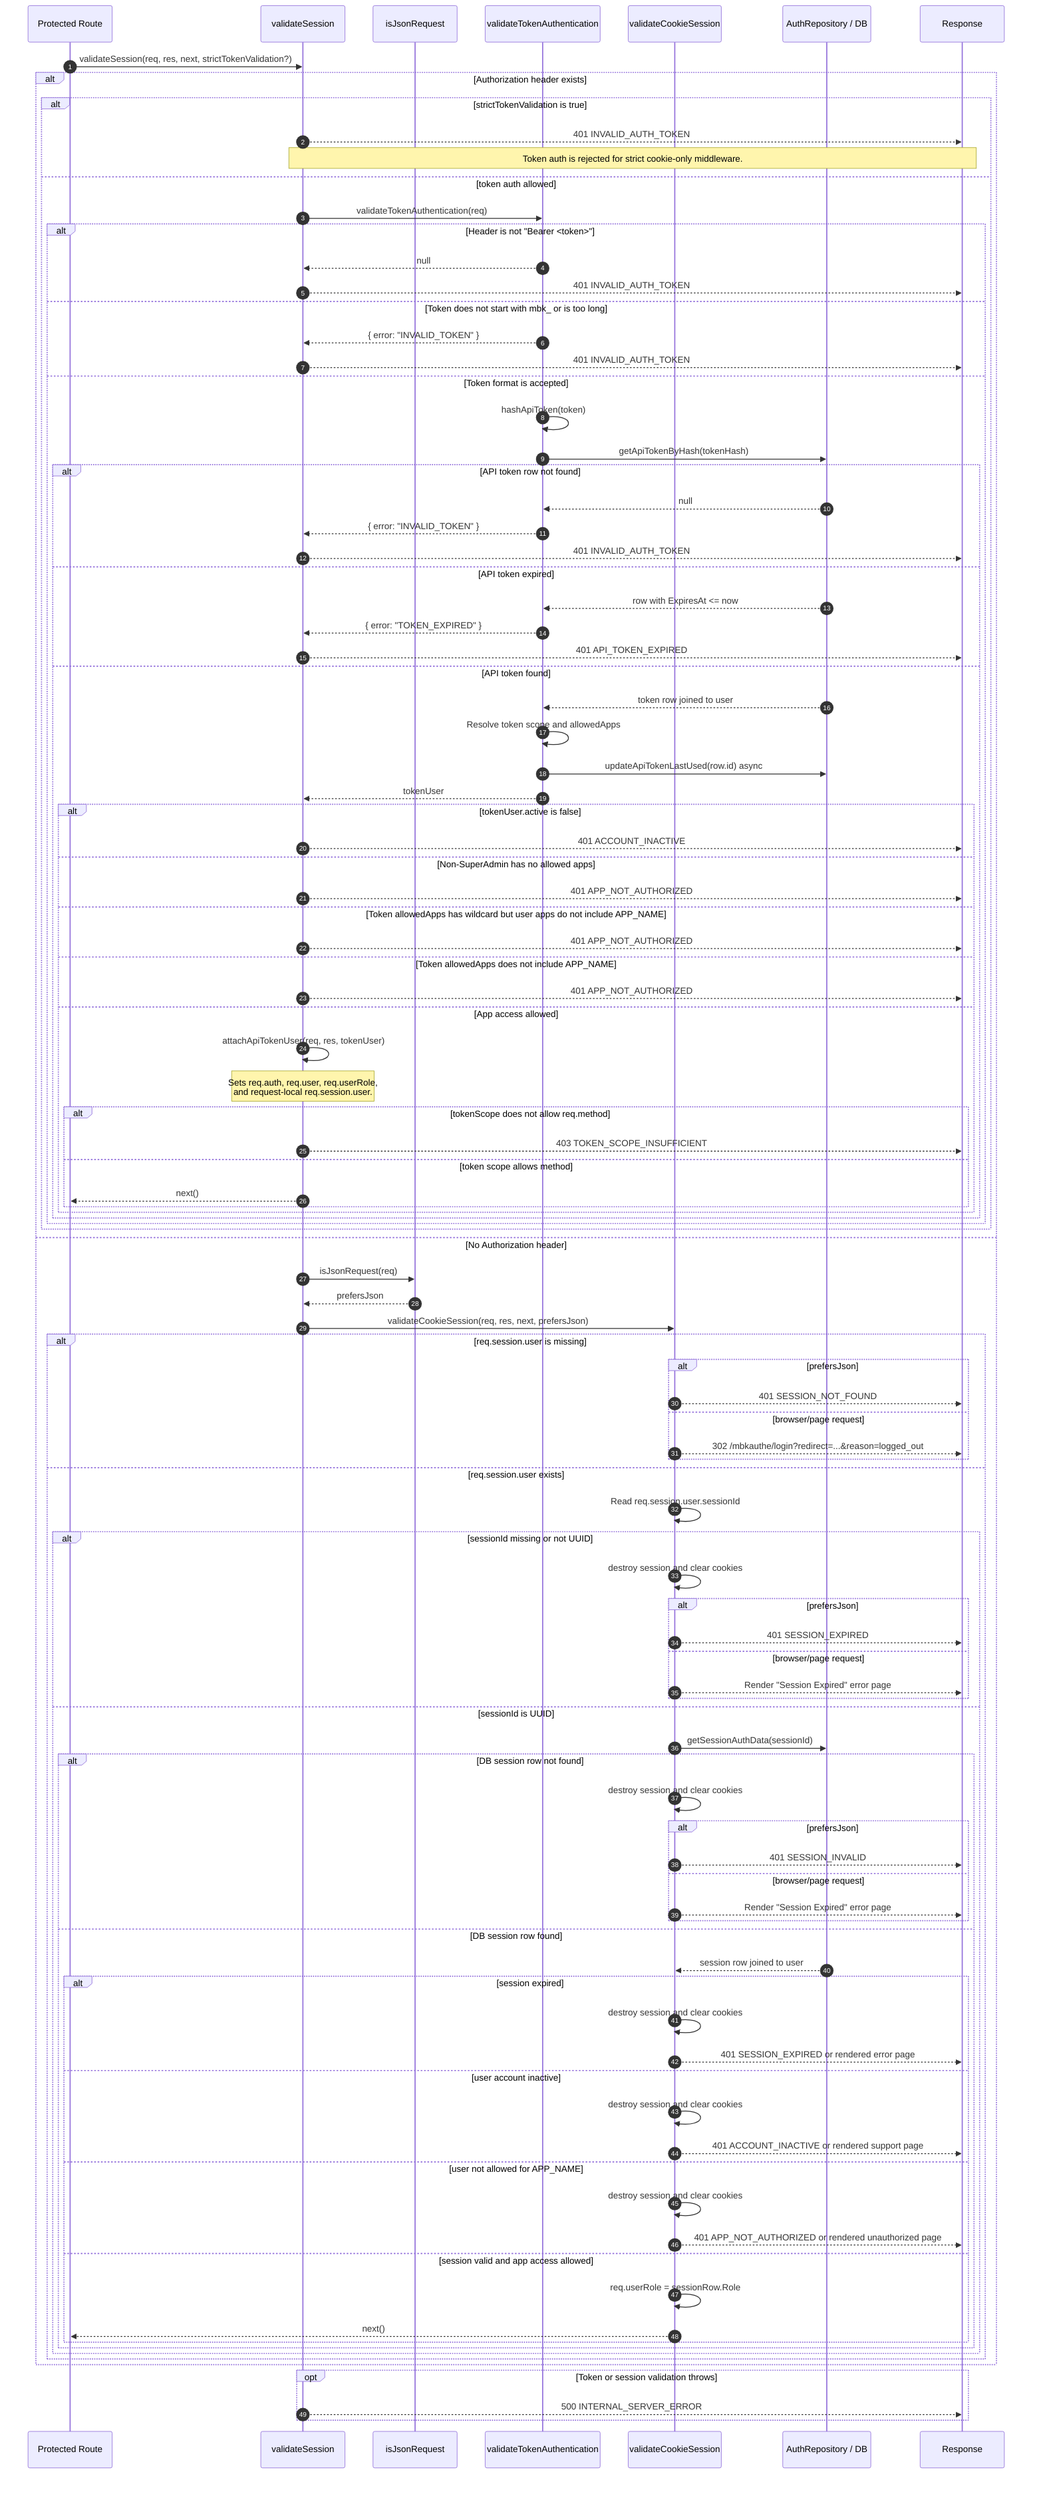
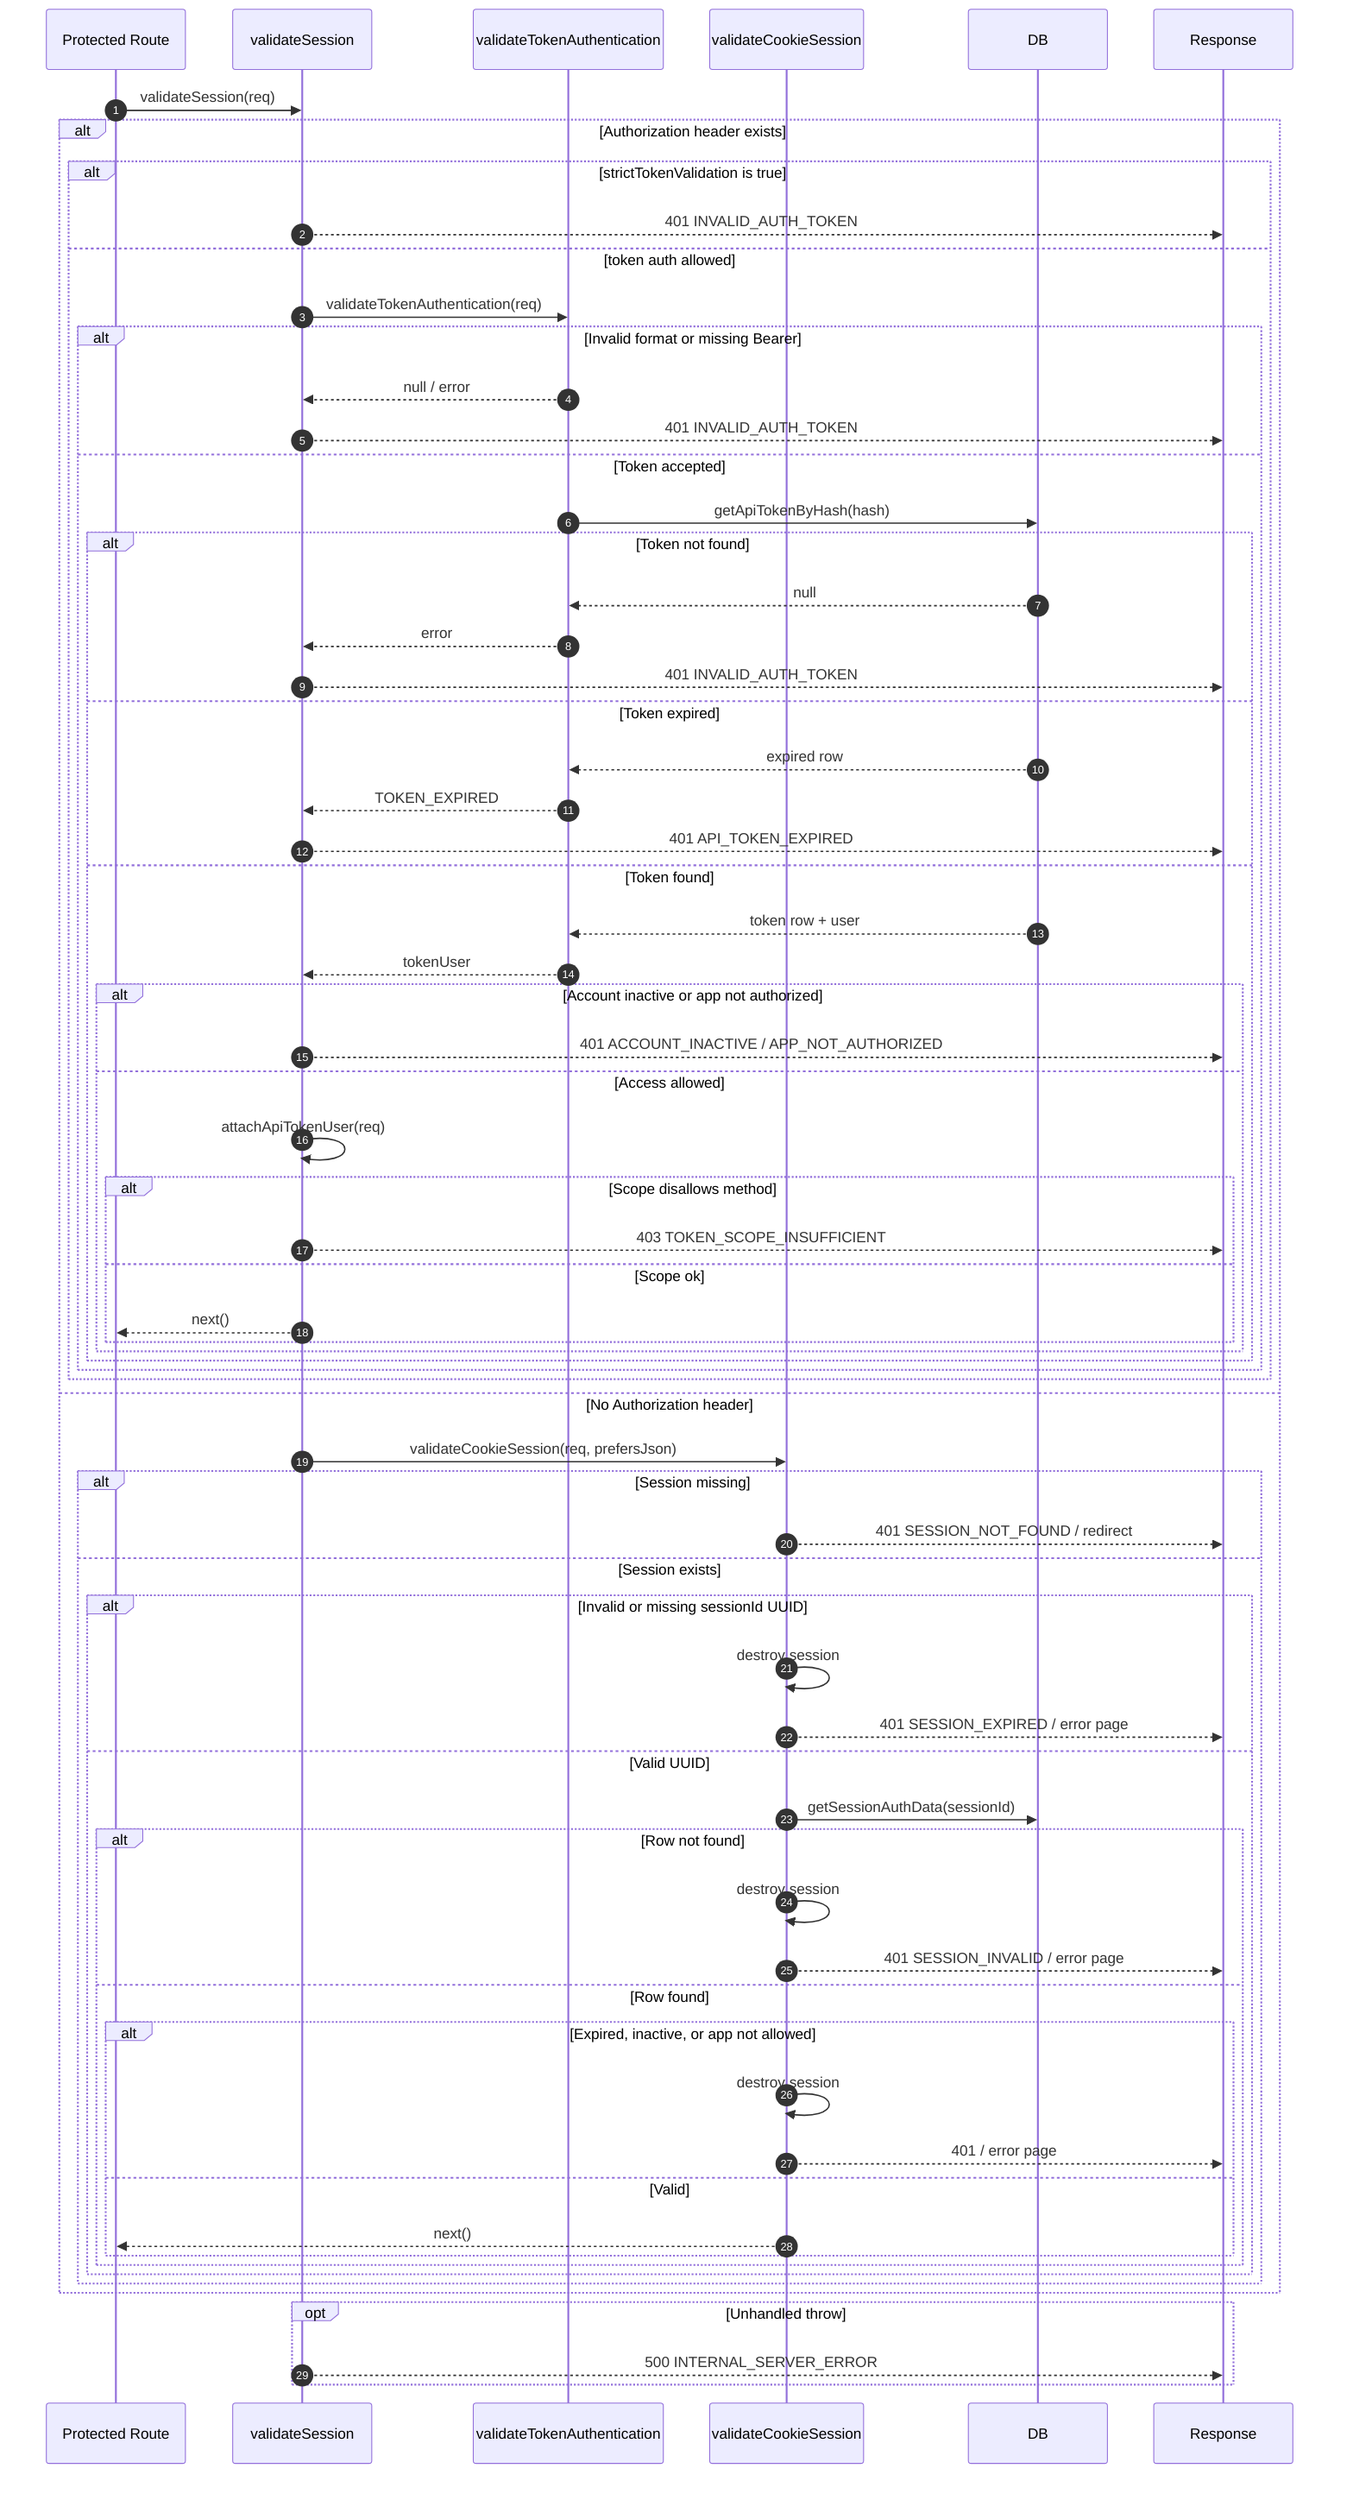
sequenceDiagram
    autonumber

    participant R as Protected Route
    participant VS as validateSession
-     participant JT as isJsonRequest
    participant VT as validateTokenAuthentication
    participant CS as validateCookieSession
-     participant DB as AuthRepository / DB
+     participant DB as DB
    participant RES as Response

-     R->>VS: validateSession(req, res, next, strictTokenValidation?)
+     R->>VS: validateSession(req)

    alt Authorization header exists
        alt strictTokenValidation is true
            VS-->>RES: 401 INVALID_AUTH_TOKEN
-             Note over VS,RES: Token auth is rejected for strict cookie-only middleware.
        else token auth allowed
            VS->>VT: validateTokenAuthentication(req)

-             alt Header is not "Bearer <token>"
-                 VT-->>VS: null
+             alt Invalid format or missing Bearer
+                 VT-->>VS: null / error
                VS-->>RES: 401 INVALID_AUTH_TOKEN
-             else Token does not start with mbk_ or is too long
-                 VT-->>VS: { error: "INVALID_TOKEN" }
-                 VS-->>RES: 401 INVALID_AUTH_TOKEN
-             else Token format is accepted
-                 VT->>VT: hashApiToken(token)
-                 VT->>DB: getApiTokenByHash(tokenHash)
+             else Token accepted
+                 VT->>DB: getApiTokenByHash(hash)

-                 alt API token row not found
+                 alt Token not found
                    DB-->>VT: null
-                     VT-->>VS: { error: "INVALID_TOKEN" }
+                     VT-->>VS: error
                    VS-->>RES: 401 INVALID_AUTH_TOKEN
-                 else API token expired
-                     DB-->>VT: row with ExpiresAt <= now
-                     VT-->>VS: { error: "TOKEN_EXPIRED" }
+                 else Token expired
+                     DB-->>VT: expired row
+                     VT-->>VS: TOKEN_EXPIRED
                    VS-->>RES: 401 API_TOKEN_EXPIRED
-                 else API token found
-                     DB-->>VT: token row joined to user
-                     VT->>VT: Resolve token scope and allowedApps
-                     VT->>DB: updateApiTokenLastUsed(row.id) async
+                 else Token found
+                     DB-->>VT: token row + user
                    VT-->>VS: tokenUser

-                     alt tokenUser.active is false
-                         VS-->>RES: 401 ACCOUNT_INACTIVE
-                     else Non-SuperAdmin has no allowed apps
-                         VS-->>RES: 401 APP_NOT_AUTHORIZED
-                     else Token allowedApps has wildcard but user apps do not include APP_NAME
-                         VS-->>RES: 401 APP_NOT_AUTHORIZED
-                     else Token allowedApps does not include APP_NAME
-                         VS-->>RES: 401 APP_NOT_AUTHORIZED
-                     else App access allowed
-                         VS->>VS: attachApiTokenUser(req, res, tokenUser)
-                         Note over VS: Sets req.auth, req.user, req.userRole,<br/>and request-local req.session.user.
+                     alt Account inactive or app not authorized
+                         VS-->>RES: 401 ACCOUNT_INACTIVE / APP_NOT_AUTHORIZED
+                     else Access allowed
+                         VS->>VS: attachApiTokenUser(req)

-                         alt tokenScope does not allow req.method
+                         alt Scope disallows method
                            VS-->>RES: 403 TOKEN_SCOPE_INSUFFICIENT
-                         else token scope allows method
+                         else Scope ok
                            VS-->>R: next()
                        end
                    end
                end
            end
        end
    else No Authorization header
-         VS->>JT: isJsonRequest(req)
-         JT-->>VS: prefersJson
-         VS->>CS: validateCookieSession(req, res, next, prefersJson)
+         VS->>CS: validateCookieSession(req, prefersJson)

-         alt req.session.user is missing
-             alt prefersJson
-                 CS-->>RES: 401 SESSION_NOT_FOUND
-             else browser/page request
-                 CS-->>RES: 302 /mbkauthe/login?redirect=...&reason=logged_out
-             end
-         else req.session.user exists
-             CS->>CS: Read req.session.user.sessionId
- 
-             alt sessionId missing or not UUID
-                 CS->>CS: destroy session and clear cookies
-                 alt prefersJson
-                     CS-->>RES: 401 SESSION_EXPIRED
-                 else browser/page request
-                     CS-->>RES: Render "Session Expired" error page
-                 end
-             else sessionId is UUID
+         alt Session missing
+             CS-->>RES: 401 SESSION_NOT_FOUND / redirect
+         else Session exists
+             alt Invalid or missing sessionId UUID
+                 CS->>CS: destroy session
+                 CS-->>RES: 401 SESSION_EXPIRED / error page
+             else Valid UUID
                CS->>DB: getSessionAuthData(sessionId)

-                 alt DB session row not found
-                     CS->>CS: destroy session and clear cookies
-                     alt prefersJson
-                         CS-->>RES: 401 SESSION_INVALID
-                     else browser/page request
-                         CS-->>RES: Render "Session Expired" error page
-                     end
-                 else DB session row found
-                     DB-->>CS: session row joined to user
- 
-                     alt session expired
-                         CS->>CS: destroy session and clear cookies
-                         CS-->>RES: 401 SESSION_EXPIRED or rendered error page
-                     else user account inactive
-                         CS->>CS: destroy session and clear cookies
-                         CS-->>RES: 401 ACCOUNT_INACTIVE or rendered support page
-                     else user not allowed for APP_NAME
-                         CS->>CS: destroy session and clear cookies
-                         CS-->>RES: 401 APP_NOT_AUTHORIZED or rendered unauthorized page
-                     else session valid and app access allowed
-                         CS->>CS: req.userRole = sessionRow.Role
+                 alt Row not found
+                     CS->>CS: destroy session
+                     CS-->>RES: 401 SESSION_INVALID / error page
+                 else Row found
+                     alt Expired, inactive, or app not allowed
+                         CS->>CS: destroy session
+                         CS-->>RES: 401 / error page
+                     else Valid
                        CS-->>R: next()
                    end
                end
            end
        end
    end

-     opt Token or session validation throws
+     opt Unhandled throw
        VS-->>RES: 500 INTERNAL_SERVER_ERROR
-     end
+     end